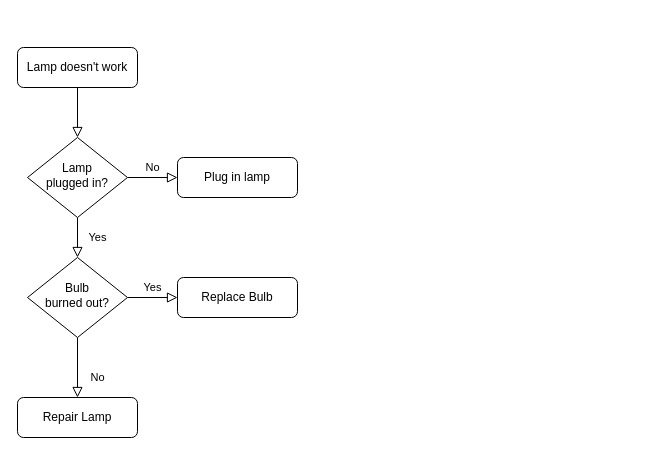
Earlier version of the draw.io diagram 未命名绘图.drawio (borishuang0527/my). Source tidied: cells renumbered, new cells numbered last; positions are measured from the earlier drawing's top-left corner, leaving out a move shared by most shapes. Both pictures are drawn from the tidied source at 100%, with x=0, y=0 at pixel (17, 47).
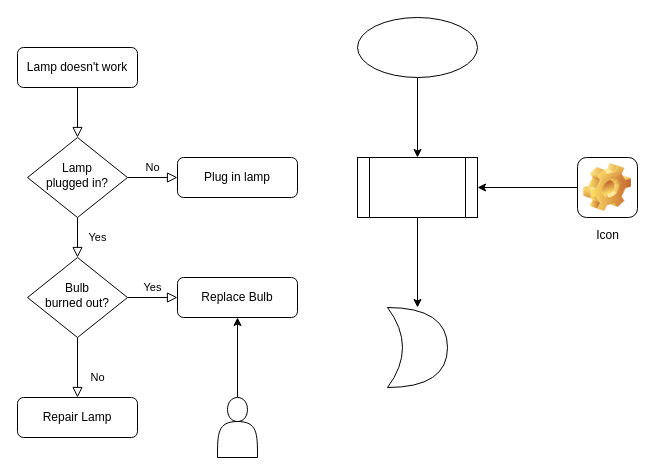
Above is the later version.

Commit message:
更新未命名绘图.drawio

The change refers to these unchanged cells:
```xml
<mxCell id="12" value="Replace Bulb" style="rounded=1;whiteSpace=wrap;html=1;fontSize=12;glass=0;strokeWidth=1;shadow=0;" parent="1" vertex="1">
  <mxGeometry x="160" y="230" width="120" height="40" as="geometry" />
</mxCell>
```

The edit, as a diff of the source:
```diff
@@
+    <mxCell id="13" style="edgeStyle=orthogonalEdgeStyle;rounded=0;jettySize=auto;html=1;" parent="1" edge="1" source="14" target="16">
+      <mxGeometry relative="1" as="geometry" />
+    </mxCell>
+    <mxCell id="14" style="ellipse;whiteSpace=wrap;html=1;" parent="1" vertex="1">
+      <mxGeometry x="340" y="-30" width="120" height="60" as="geometry" />
+    </mxCell>
+    <mxCell id="15" style="edgeStyle=orthogonalEdgeStyle;rounded=0;jettySize=auto;html=1;" parent="1" edge="1" source="16" target="17">
+      <mxGeometry relative="1" as="geometry" />
+    </mxCell>
+    <mxCell id="16" style="shape=process;whiteSpace=wrap;html=1;backgroundOutline=1;" parent="1" vertex="1">
+      <mxGeometry x="340" y="110" width="120" height="60" as="geometry" />
+    </mxCell>
+    <mxCell id="17" style="shape=xor;whiteSpace=wrap;html=1;" parent="1" vertex="1">
+      <mxGeometry x="370" y="260" width="60" height="80" as="geometry" />
+    </mxCell>
+    <mxCell id="18" style="edgeStyle=orthogonalEdgeStyle;rounded=0;jettySize=auto;html=1;" parent="1" edge="1" source="19" target="16">
+      <mxGeometry relative="1" as="geometry" />
+    </mxCell>
+    <mxCell id="19" value="Icon" style="icon;html=1;image=img/clipart/Gear_128x128.png;" parent="1" vertex="1">
+      <mxGeometry x="560" y="110" width="60" height="60" as="geometry" />
+    </mxCell>
+    <mxCell id="20" style="edgeStyle=orthogonalEdgeStyle;rounded=0;jettySize=auto;html=1;" parent="1" edge="1" source="21" target="12">
+      <mxGeometry relative="1" as="geometry" />
+    </mxCell>
+    <mxCell id="21" style="shape=actor;whiteSpace=wrap;html=1;" parent="1" vertex="1">
+      <mxGeometry x="200" y="350" width="40" height="60" as="geometry" />
+    </mxCell>
```
